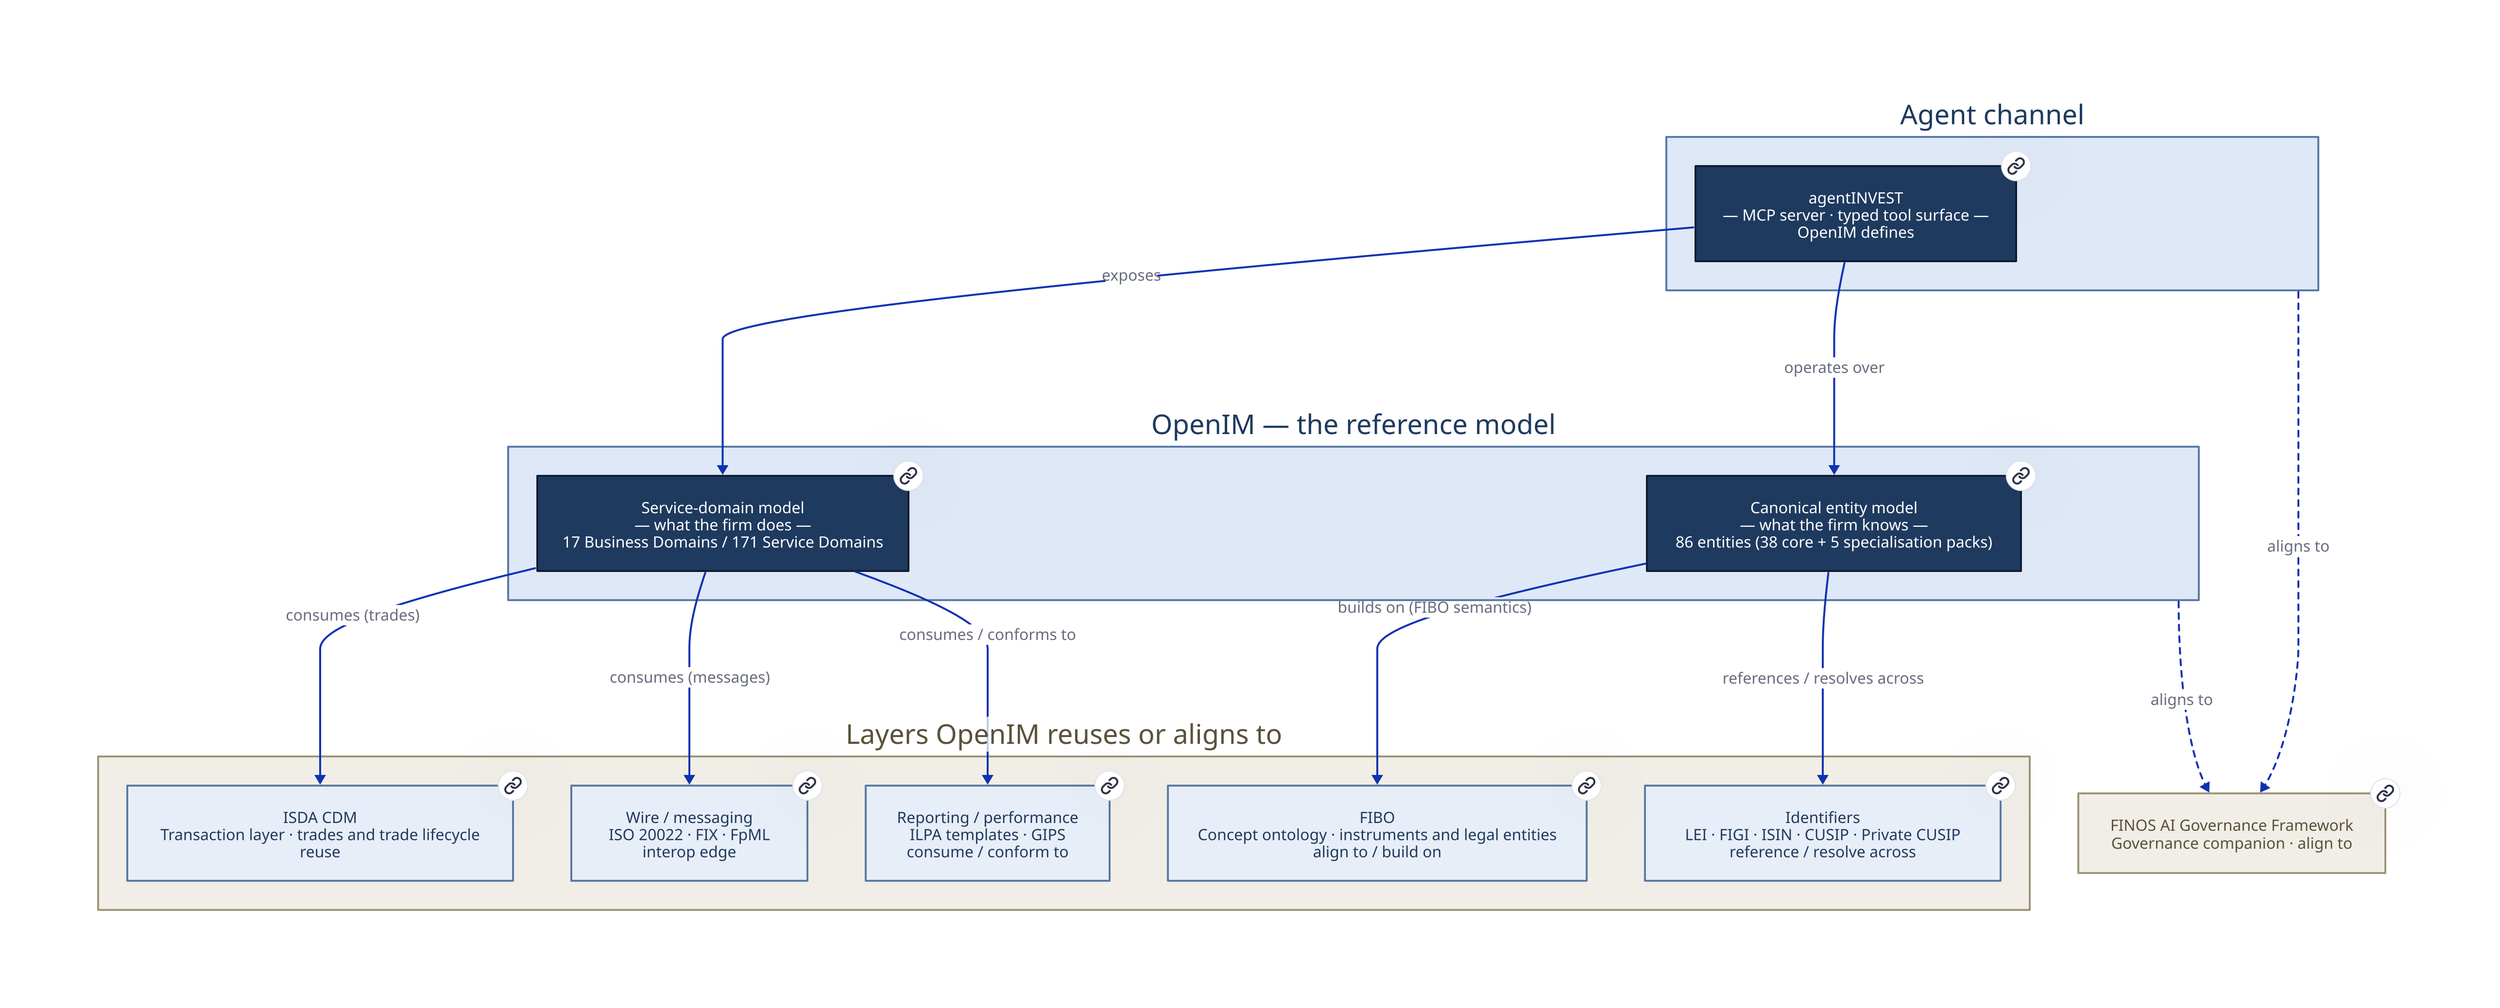
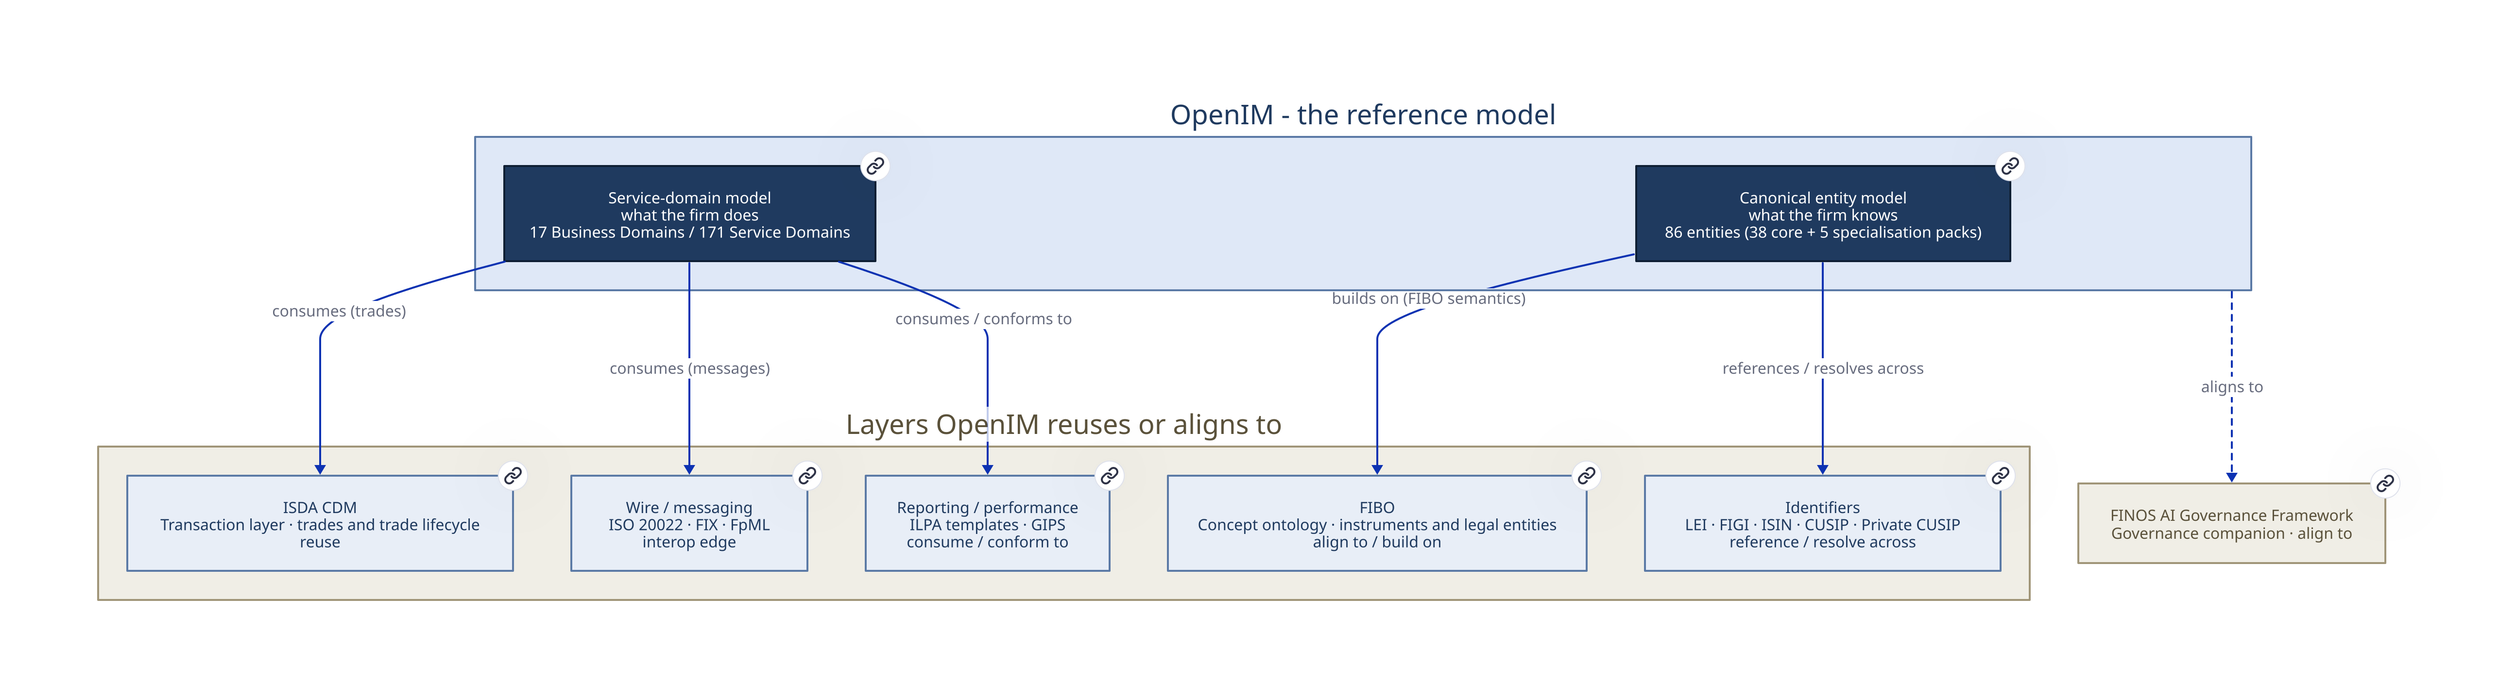
- # OpenIM layer stack — D2 source.
+ # OpenIM layer stack - D2 source.
#
- # Renders OpenIM's position in the standards landscape. Each layer box is
- # clickable: OpenIM boxes open in-repo INDEX files (absolute GitHub URLs);
- # external standards open PRIOR-ART.md, which is the project's own
- # credibility artefact explaining each layer relationship.
- #
- # A Mermaid form of this diagram lives at ../01-layer-stack.md.
+ # Renders the model's position in the standards landscape. OpenIM boxes link
+ # to the canonical in-repository model; adjacent standards link to the
+ # project's prior-art analysis. Implementations sit above OpenIM but are not
+ # prescribed or endorsed by the project.

vars: {
  d2-config: {
    layout-engine: elk
  }
}

direction: down

- # ─────────────────────────────────────────────────────────
- # Agent channel — what an agent talks to.
- # ─────────────────────────────────────────────────────────
- agent_layer: "Agent channel" {
+ openim_layer: "OpenIM - the reference model" {
  style: {fill: "#dfe8f7"; stroke: "#5b7aa6"; font-color: "#1f3a5f"}

-   agentinvest: "agentINVEST\n— MCP server · typed tool surface —\nOpenIM defines" {
-     link: https://github.com/antikas/open-investment-model/blob/main/reference/README.md
-     style: {fill: "#1f3a5f"; font-color: "#ffffff"; bold: true; stroke: "#0e1e33"}
-   }
- }
- 
- # ─────────────────────────────────────────────────────────
- # OpenIM — the new layer this project introduces.
- # ─────────────────────────────────────────────────────────
- openim_layer: "OpenIM — the reference model" {
-   style: {fill: "#dfe8f7"; stroke: "#5b7aa6"; font-color: "#1f3a5f"}
- 
-   service_domains: "Service-domain model\n— what the firm does —\n17 Business Domains / 171 Service Domains" {
+   service_domains: "Service-domain model\nwhat the firm does\n17 Business Domains / 171 Service Domains" {
    link: https://github.com/antikas/open-investment-model/blob/main/model/service-domains/INDEX.md
    style: {fill: "#1f3a5f"; font-color: "#ffffff"; bold: true; stroke: "#0e1e33"}
  }

-   entity_model: "Canonical entity model\n— what the firm knows —\n86 entities (38 core + 5 specialisation packs)" {
+   entity_model: "Canonical entity model\nwhat the firm knows\n86 entities (38 core + 5 specialisation packs)" {
    link: https://github.com/antikas/open-investment-model/blob/main/model/entities/INDEX.md
    style: {fill: "#1f3a5f"; font-color: "#ffffff"; bold: true; stroke: "#0e1e33"}
  }
}

- # ─────────────────────────────────────────────────────────
- # Layers OpenIM reuses or aligns to.
- # ─────────────────────────────────────────────────────────
below_layer: "Layers OpenIM reuses or aligns to" {
  style: {fill: "#f0eee6"; stroke: "#a09578"; font-color: "#5a513a"}

  isda_cdm: "ISDA CDM\nTransaction layer · trades and trade lifecycle\nreuse" {
    link: https://github.com/antikas/open-investment-model/blob/main/PRIOR-ART.md
    style: {fill: "#e8eef7"; stroke: "#5b7aa6"; font-color: "#1f3a5f"}
  }

  fibo: "FIBO\nConcept ontology · instruments and legal entities\nalign to / build on" {
    link: https://github.com/antikas/open-investment-model/blob/main/PRIOR-ART.md
    style: {fill: "#e8eef7"; stroke: "#5b7aa6"; font-color: "#1f3a5f"}
  }

  identifiers: "Identifiers\nLEI · FIGI · ISIN · CUSIP · Private CUSIP\nreference / resolve across" {
    link: https://github.com/antikas/open-investment-model/blob/main/PRIOR-ART.md
    style: {fill: "#e8eef7"; stroke: "#5b7aa6"; font-color: "#1f3a5f"}
  }

  wire: "Wire / messaging\nISO 20022 · FIX · FpML\ninterop edge" {
    link: https://github.com/antikas/open-investment-model/blob/main/PRIOR-ART.md
    style: {fill: "#e8eef7"; stroke: "#5b7aa6"; font-color: "#1f3a5f"}
  }

  reporting: "Reporting / performance\nILPA templates · GIPS\nconsume / conform to" {
    link: https://github.com/antikas/open-investment-model/blob/main/PRIOR-ART.md
    style: {fill: "#e8eef7"; stroke: "#5b7aa6"; font-color: "#1f3a5f"}
  }
}

- # ─────────────────────────────────────────────────────────
- # Governance companion — runs alongside the whole stack.
- # ─────────────────────────────────────────────────────────
governance: "FINOS AI Governance Framework\nGovernance companion · align to" {
  link: https://github.com/antikas/open-investment-model/blob/main/PRIOR-ART.md
  style: {fill: "#f0eee6"; stroke: "#a09578"; font-color: "#5a513a"; bold: true}
}
- 
- # ─────────────────────────────────────────────────────────
- # Relationships — what depends on / consumes / aligns to what.
- # ─────────────────────────────────────────────────────────
- 
- agent_layer.agentinvest -> openim_layer.service_domains: "exposes"
- agent_layer.agentinvest -> openim_layer.entity_model: "operates over"

openim_layer.service_domains -> below_layer.isda_cdm: "consumes (trades)"
openim_layer.service_domains -> below_layer.wire: "consumes (messages)"
openim_layer.service_domains -> below_layer.reporting: "consumes / conforms to"

openim_layer.entity_model -> below_layer.fibo: "builds on (FIBO semantics)"
openim_layer.entity_model -> below_layer.identifiers: "references / resolves across"

openim_layer -> governance: "aligns to" {
  style: {stroke-dash: 3}
}
- agent_layer -> governance: "aligns to" {
-   style: {stroke-dash: 3}
- }
